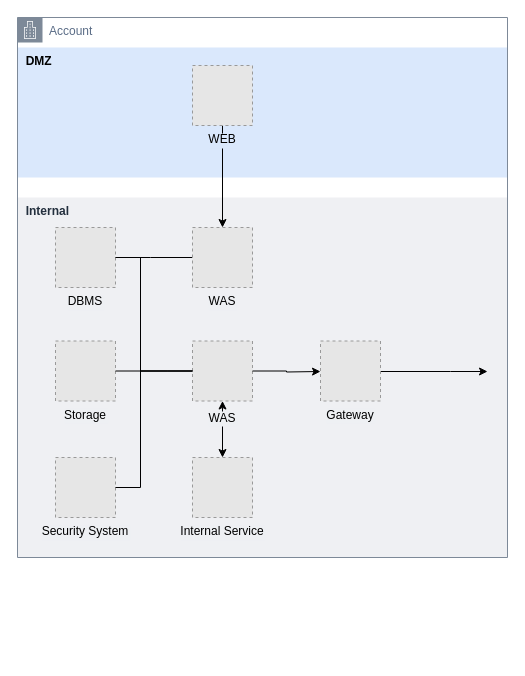
gilbertlim/drawio2pptx keeps this draw.io diagram as examples/sample.drawio. Above is the earlier version. Source tidied: cells renumbered, new cells numbered last; positions are measured from the earlier drawing's top-left corner, leaving out a move shared by most shapes. Both pictures are drawn from the tidied source at 100%, with x=0, y=0 at pixel (17, 17). Pictures stored in the file or linked from it are replaced by grey dashed boxes.
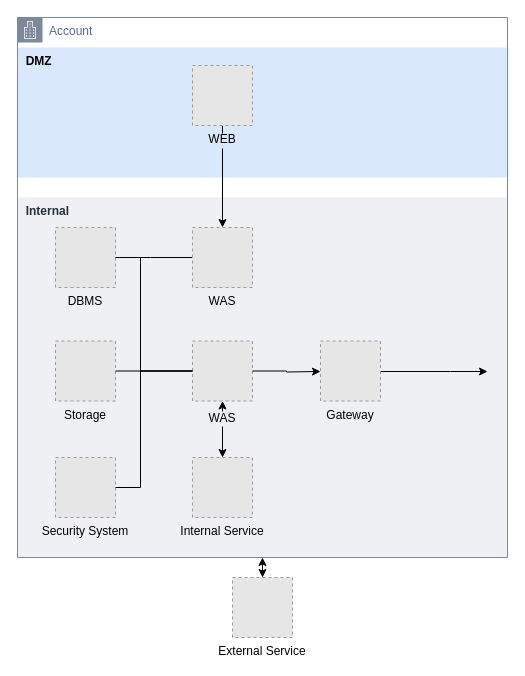
The same page after the edit.

Commit message (it also covers changes not shown here):
draw.io 자동저장 임시 파일 무시

직전 커밋에 examples/.$sample.drawio.dtmp 가 딸려 들어갔다. draw.io
에서 예제를 열면 생기는 파일이다.

The change refers to these unchanged cells:
```xml
<mxCell id="6" value="Account" style="points=[[0,0],[0.25,0],[0.5,0],[0.75,0],[1,0],[1,0.25],[1,0.5],[1,0.75],[1,1],[0.75,1],[0.5,1],[0.25,1],[0,1],[0,0.75],[0,0.5],[0,0.25]];outlineConnect=0;gradientColor=none;html=1;whiteSpace=wrap;fontSize=12;fontStyle=0;shape=mxgraph.aws4.group;grIcon=mxgraph.aws4.group_corporate_data_center;strokeColor=#7D8998;fillColor=none;verticalAlign=top;align=left;spacingLeft=30;fontColor=#5A6C86;dashed=0;" parent="1" vertex="1">
  <mxGeometry width="490" height="540" as="geometry" />
</mxCell>
```

Change to the diagram source:
```diff
@@
+    <mxCell id="21" value="External Service" style="fillColor=#E6E6E6;strokeColor=#999999;dashed=1;verticalLabelPosition=bottom;labelBackgroundColor=none;verticalAlign=top;" parent="1" vertex="1">
+      <mxGeometry x="215" y="560" width="60" height="60" as="geometry" />
+    </mxCell>
+    <mxCell id="22" style="endArrow=classic;startArrow=classic;html=1;rounded=0;exitX=0.5;exitY=0;exitDx=0;exitDy=0;exitPerimeter=0;entryX=0.5;entryY=1;entryDx=0;entryDy=0;" parent="1" edge="1" source="21" target="6">
+      <mxGeometry relative="1" as="geometry" />
+    </mxCell>
```
